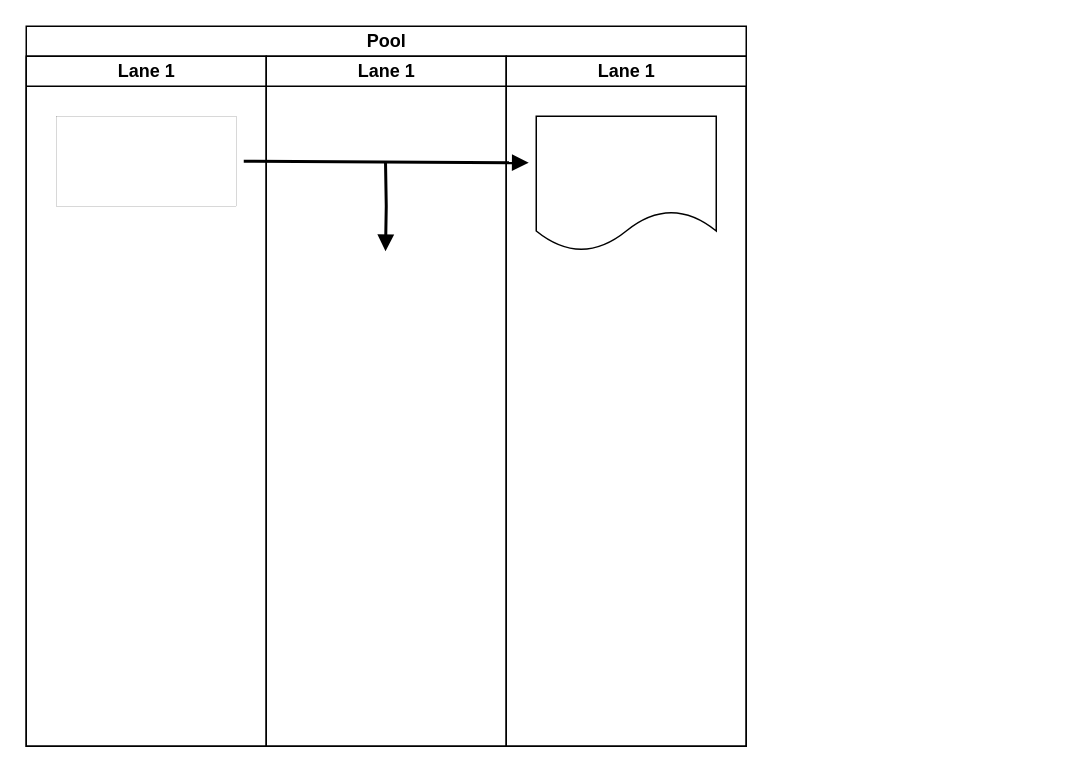
This is Untitled Diagram.drawio from faridulccr/calculator, a draw.io file, before an edit. Source tidied: cells renumbered, new cells numbered last; positions are measured from the earlier drawing's top-left corner, leaving out a move shared by most shapes. Both pictures are drawn from the tidied source at 150%, with x=0, y=0 at pixel (26, 26).
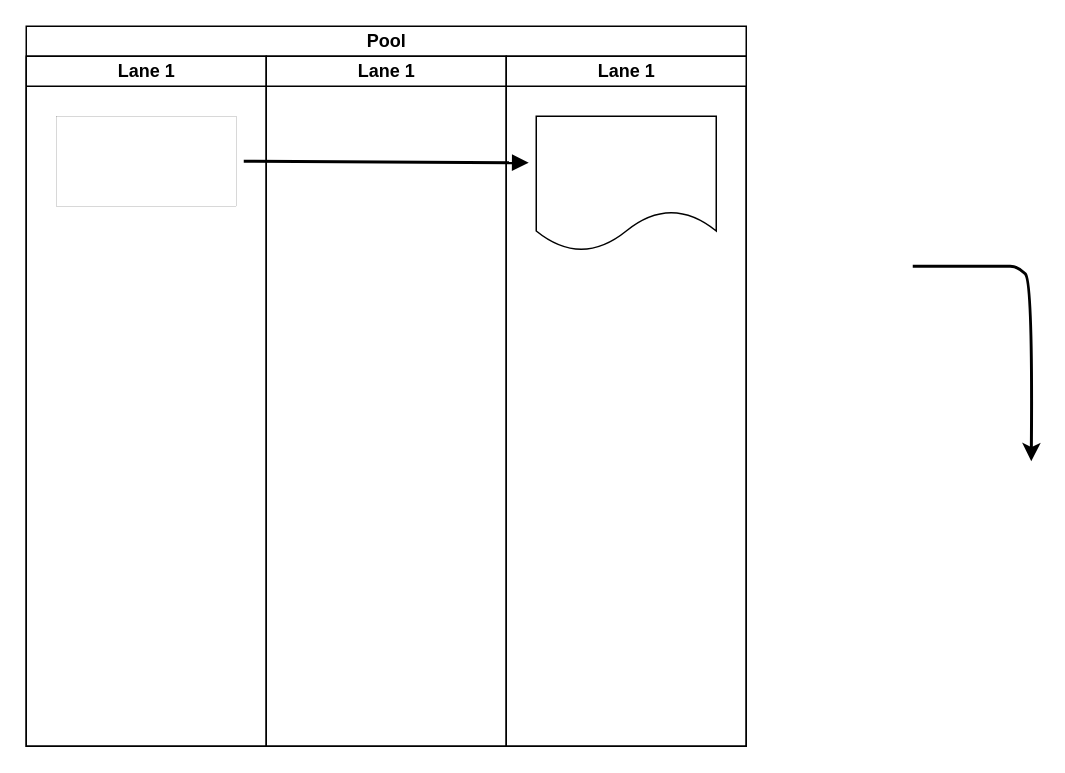
After the change.

What changed in the source:
```diff
@@
 <mxGraphModel>
   <root>
     <mxCell id="0" />
     <mxCell id="1" parent="0" />
     <mxCell id="2" value="Pool" style="swimlane;startSize=20;html=1;" parent="1" vertex="1">
       <mxGeometry width="480" height="480" as="geometry" />
     </mxCell>
     <mxCell id="3" value="Lane 1" style="swimlane;startSize=20;html=1;" parent="2" vertex="1">
       <mxGeometry y="20" width="160" height="460" as="geometry" />
     </mxCell>
     <mxCell id="4" style="rounded=0;whiteSpace=wrap;html=1;strokeWidth=0;perimeterSpacing=0;shadow=0;glass=0;imageWidth=20;" parent="3" vertex="1">
       <mxGeometry x="20" y="40" width="120" height="60" as="geometry" />
     </mxCell>
     <mxCell id="5" value="Lane 1" style="swimlane;startSize=20;html=1;" parent="2" vertex="1">
       <mxGeometry x="160" y="20" width="160" height="460" as="geometry" />
     </mxCell>
     <mxCell id="6" style="endArrow=block;html=1;rounded=0;endSize=6;endFill=1;strokeWidth=2;" parent="5" edge="1">
       <mxGeometry relative="1" as="geometry">
         <mxPoint x="-15" y="70" as="sourcePoint" />
         <mxPoint x="175" y="71" as="targetPoint" />
       </mxGeometry>
     </mxCell>
-    <mxCell id="7" style="endArrow=block;html=1;rounded=0;strokeWidth=2;jumpStyle=none;endFill=1;" parent="5" edge="1">
-      <mxGeometry relative="1" as="geometry">
-        <mxPoint x="79.5" y="70" as="sourcePoint" />
-        <mxPoint x="79.5" y="130" as="targetPoint" />
-        <Array as="points">
-          <mxPoint x="80" y="100" />
-        </Array>
-      </mxGeometry>
-    </mxCell>
     <mxCell id="8" value="Lane 1" style="swimlane;startSize=20;html=1;" parent="2" vertex="1">
       <mxGeometry x="320" y="20" width="160" height="460" as="geometry" />
     </mxCell>
     <mxCell id="9" style="shape=document;whiteSpace=wrap;html=1;boundedLbl=1;" parent="8" vertex="1">
       <mxGeometry x="20" y="40" width="120" height="90" as="geometry" />
     </mxCell>
+    <mxCell id="10" style="curved=1;endArrow=classic;html=1;rounded=0;labelBackgroundColor=default;strokeColor=default;strokeWidth=2;align=center;verticalAlign=middle;fontFamily=Helvetica;fontSize=11;fontColor=default;shape=connector;jumpStyle=none;" parent="1" edge="1">
+      <mxGeometry relative="1" as="geometry">
+        <mxPoint x="591" y="160" as="sourcePoint" />
+        <mxPoint x="670" y="290" as="targetPoint" />
+        <Array as="points">
+          <mxPoint x="651" y="160" />
+          <mxPoint x="661" y="160" />
+          <mxPoint x="671" y="170" />
+        </Array>
+      </mxGeometry>
+    </mxCell>
   </root>
 </mxGraphModel>
```
